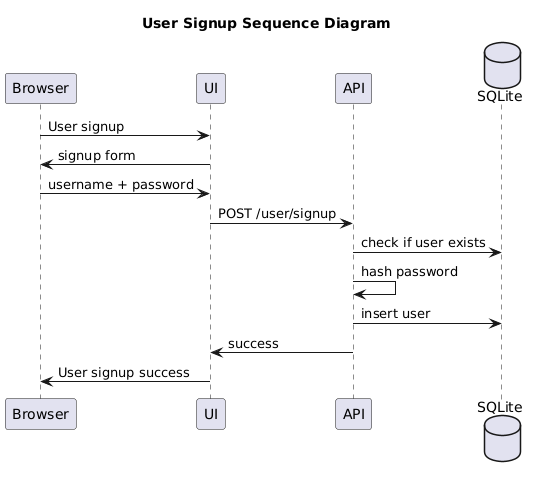
Before: docs/plantuml/output/sequence-signup.png, a diagram exported from PlantUML (tejas0908/EasyScraper).
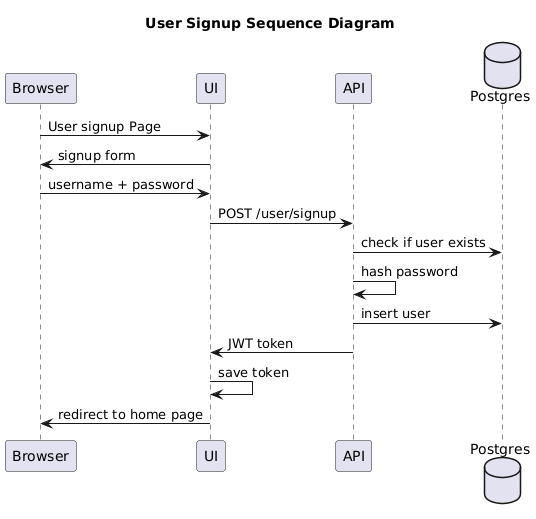
The same file after the commit.

Diff of the diagram source:
```diff
@@ -3,15 +3,16 @@
 participant Browser as browser
 participant UI as ui
 participant API as api
-database SQLite as sqlite
+database Postgres as db
 
-browser -> ui: User signup
+browser -> ui: User signup Page
 ui -> browser: signup form
 browser -> ui: username + password
 ui -> api: POST /user/signup
-api -> sqlite: check if user exists
+api -> db: check if user exists
 api -> api: hash password
-api -> sqlite: insert user
-api -> ui: success
-ui -> browser: User signup success
+api -> db: insert user
+api -> ui: JWT token
+ui -> ui: save token
+ui -> browser: redirect to home page
 @enduml
```
